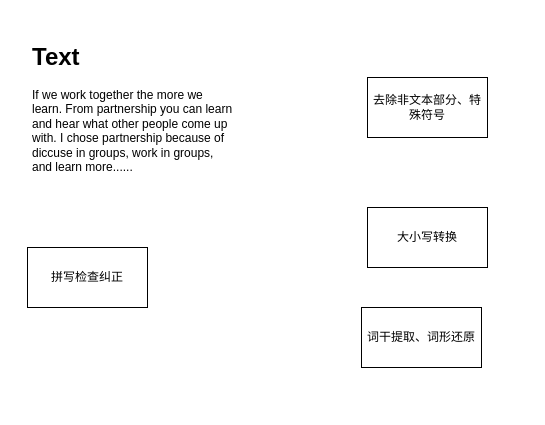
This is 大数据挖掘.drawio from GPlaying/brain_map, a draw.io file, before an edit. Source tidied: cells renumbered, new cells numbered last; positions are measured from the earlier drawing's top-left corner, leaving out a move shared by most shapes. Both pictures are drawn from the tidied source at 100%, with x=0, y=0 at pixel (27, 37).
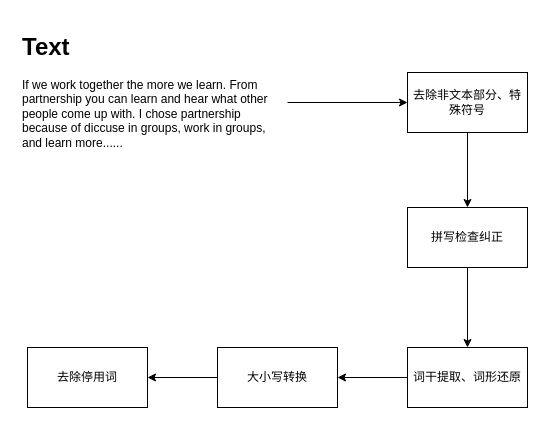
The same diagram, later.

Commit message (it also covers changes not shown here):
更新大数据挖掘.drawio

Diff of the diagram source:
```diff
@@
 <mxGraphModel>
   <root>
     <mxCell id="0" />
     <mxCell id="1" parent="0" />
+    <mxCell id="7" style="edgeStyle=orthogonalEdgeStyle;rounded=0;jettySize=auto;html=1;entryX=0;entryY=0.5;entryDx=0;entryDy=0;" parent="1" edge="1" source="2" target="3">
+      <mxGeometry relative="1" as="geometry" />
+    </mxCell>
     <mxCell id="2" value="&lt;h1&gt;Text&lt;/h1&gt;&lt;p&gt;If we work together the more we learn. From partnership you can learn and hear what other people come up with. I chose partnership because of diccuse in groups, work in groups, and learn more......&lt;/p&gt;&lt;p&gt;&lt;br&gt;&lt;/p&gt;&lt;p&gt;&lt;br&gt;&lt;/p&gt;" style="text;html=1;strokeColor=none;fillColor=none;spacing=5;spacingTop=-20;whiteSpace=wrap;overflow=hidden;rounded=0;" parent="1" vertex="1">
-      <mxGeometry width="210" height="140" as="geometry" />
+      <mxGeometry x="-10" y="-10" width="270" height="150" as="geometry" />
     </mxCell>
+    <mxCell id="8" style="edgeStyle=orthogonalEdgeStyle;rounded=0;jettySize=auto;html=1;entryX=0.5;entryY=0;entryDx=0;entryDy=0;" parent="1" edge="1" source="3" target="5">
+      <mxGeometry relative="1" as="geometry" />
+    </mxCell>
     <mxCell id="3" value="去除非文本部分、特殊符号" style="rounded=0;whiteSpace=wrap;html=1;" parent="1" vertex="1">
-      <mxGeometry x="340" y="40" width="120" height="60" as="geometry" />
+      <mxGeometry x="380" y="35" width="120" height="60" as="geometry" />
     </mxCell>
+    <mxCell id="9" style="edgeStyle=orthogonalEdgeStyle;rounded=0;jettySize=auto;html=1;entryX=1;entryY=0.5;entryDx=0;entryDy=0;" parent="1" edge="1" source="4" target="12">
+      <mxGeometry relative="1" as="geometry" />
+    </mxCell>
     <mxCell id="4" value="大小写转换" style="rounded=0;whiteSpace=wrap;html=1;" parent="1" vertex="1">
-      <mxGeometry x="340" y="170" width="120" height="60" as="geometry" />
+      <mxGeometry x="190" y="310" width="120" height="60" as="geometry" />
     </mxCell>
+    <mxCell id="10" style="edgeStyle=orthogonalEdgeStyle;rounded=0;jettySize=auto;html=1;entryX=0.5;entryY=0;entryDx=0;entryDy=0;" parent="1" edge="1" source="5" target="6">
+      <mxGeometry relative="1" as="geometry" />
+    </mxCell>
     <mxCell id="5" value="拼写检查纠正" style="rounded=0;whiteSpace=wrap;html=1;" parent="1" vertex="1">
-      <mxGeometry y="210" width="120" height="60" as="geometry" />
+      <mxGeometry x="380" y="170" width="120" height="60" as="geometry" />
     </mxCell>
+    <mxCell id="11" style="edgeStyle=orthogonalEdgeStyle;rounded=0;jettySize=auto;html=1;entryX=1;entryY=0.5;entryDx=0;entryDy=0;" parent="1" edge="1" source="6" target="4">
+      <mxGeometry relative="1" as="geometry" />
+    </mxCell>
     <mxCell id="6" value="词干提取、词形还原" style="rounded=0;whiteSpace=wrap;html=1;" parent="1" vertex="1">
-      <mxGeometry x="334" y="270" width="120" height="60" as="geometry" />
+      <mxGeometry x="380" y="310" width="120" height="60" as="geometry" />
     </mxCell>
+    <mxCell id="12" value="去除停用词" style="rounded=0;whiteSpace=wrap;html=1;" parent="1" vertex="1">
+      <mxGeometry y="310" width="120" height="60" as="geometry" />
+    </mxCell>
   </root>
 </mxGraphModel>
```
